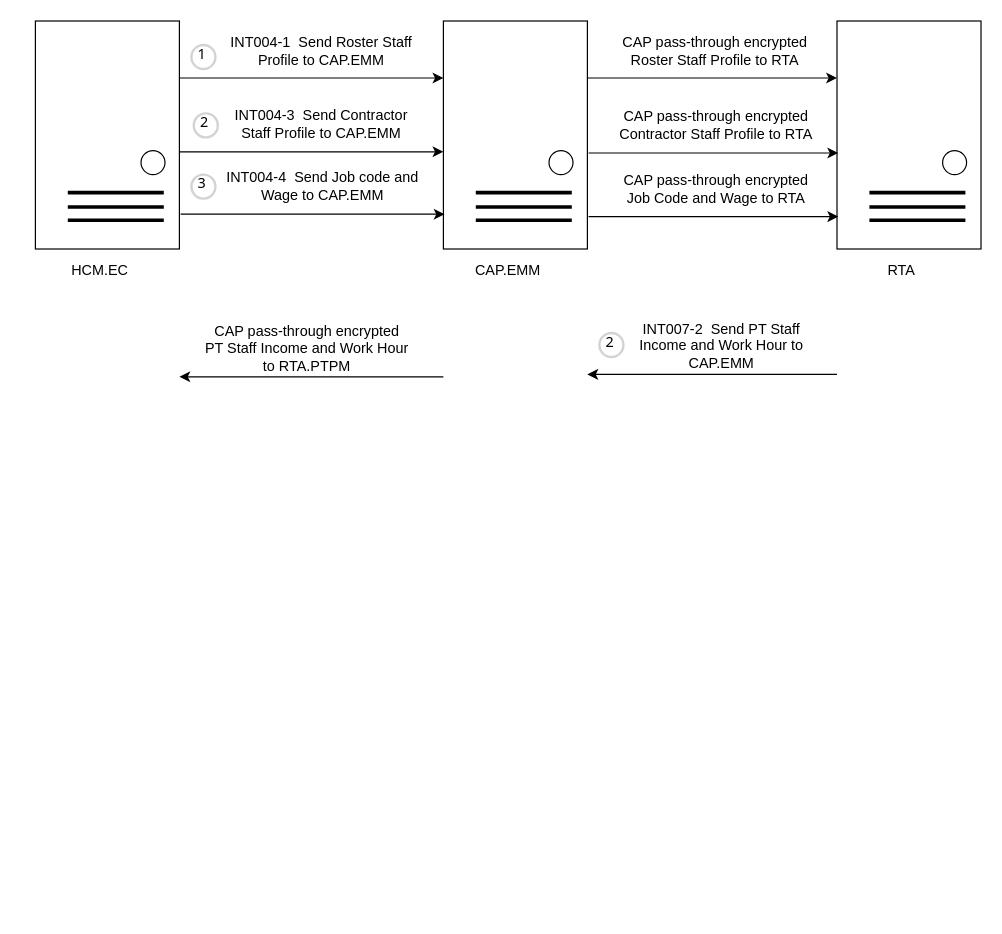
This is page "RTA" (16 of 16) of Untitled Diagram.drawio from wsxad234/flowchart, a draw.io file, before an edit. Source tidied: cells renumbered, new cells numbered last; positions are measured from the earlier drawing's top-left corner, leaving out a move shared by most shapes. Both pictures are drawn from the tidied source at 120%, with x=0, y=0 at pixel (35, 20).
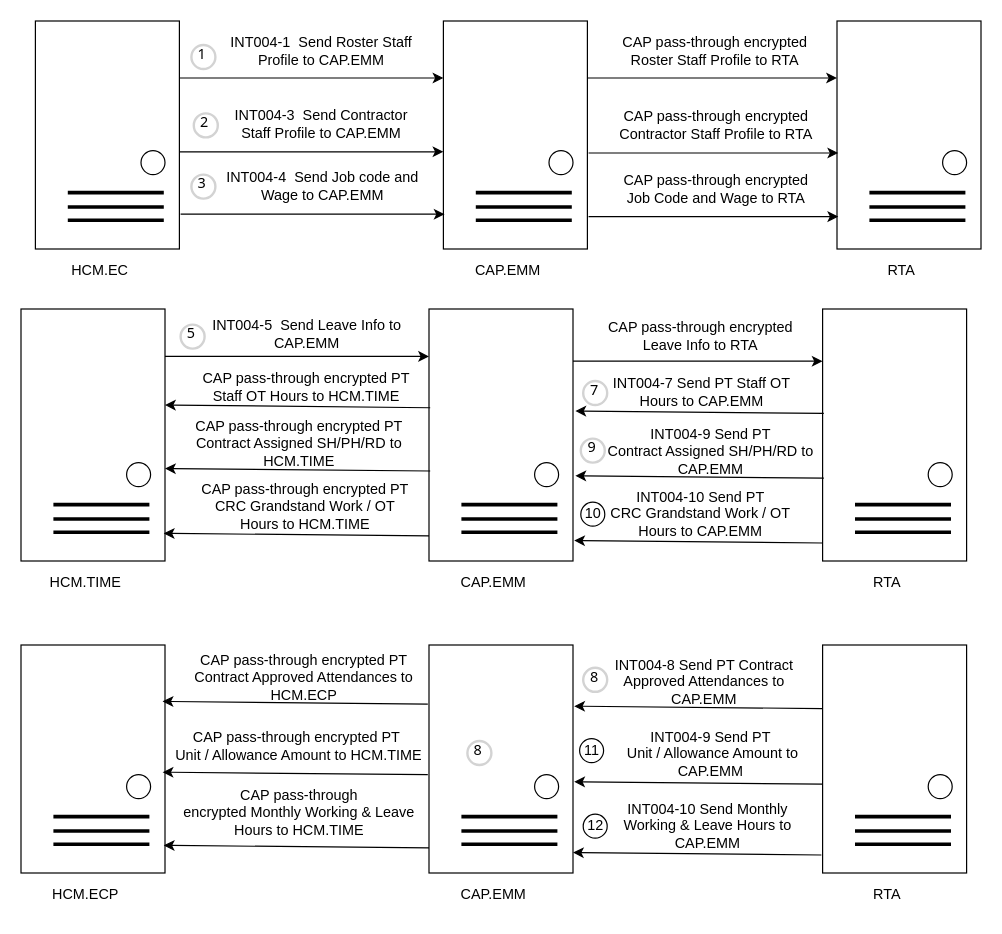
The same page after the edit.

The edit, as a diff of the source:
```diff
@@
-    <mxCell id="9" style="edgeStyle=orthogonalEdgeStyle;rounded=0;orthogonalLoop=1;jettySize=auto;html=1;exitX=0;exitY=0.75;exitDx=0;exitDy=0;entryX=1;entryY=0.75;entryDx=0;entryDy=0;" parent="1" edge="1">
-      <mxGeometry relative="1" as="geometry">
-        <mxPoint x="668" y="294.5" as="sourcePoint" />
-        <mxPoint x="460" y="294.5" as="targetPoint" />
-      </mxGeometry>
-    </mxCell>
@@
-    <mxCell id="18" style="edgeStyle=orthogonalEdgeStyle;rounded=0;orthogonalLoop=1;jettySize=auto;html=1;exitX=0;exitY=0.75;exitDx=0;exitDy=0;entryX=1;entryY=0.75;entryDx=0;entryDy=0;" parent="1" edge="1">
-      <mxGeometry relative="1" as="geometry">
-        <mxPoint x="340" y="296.5" as="sourcePoint" />
-        <mxPoint x="120" y="296.5" as="targetPoint" />
-      </mxGeometry>
-    </mxCell>
@@
-    <mxCell id="25" value="2" style="ellipse;whiteSpace=wrap;html=1;strokeWidth=2;fontFamily=Tahoma;spacingBottom=4;spacingRight=2;strokeColor=#d3d3d3;" parent="1" vertex="1">
-      <mxGeometry x="470" y="260" width="20" height="20" as="geometry" />
-    </mxCell>
@@
-    <mxCell id="28" value="CAP pass-through encrypted PT Staff Income and Work Hour to RTA.PTPM" style="text;html=1;strokeColor=none;fillColor=none;align=center;verticalAlign=middle;whiteSpace=wrap;rounded=0;" parent="1" vertex="1">
-      <mxGeometry x="140" y="253" width="173" height="40" as="geometry" />
-    </mxCell>
-    <mxCell id="29" value="INT007-2&amp;nbsp; Send&amp;nbsp;PT Staff Income and Work Hour to CAP.EMM" style="text;html=1;strokeColor=none;fillColor=none;align=center;verticalAlign=middle;whiteSpace=wrap;rounded=0;" parent="1" vertex="1">
-      <mxGeometry x="497" y="256" width="150" height="30" as="geometry" />
-    </mxCell>
@@
+    <mxCell id="40" style="edgeStyle=orthogonalEdgeStyle;rounded=0;orthogonalLoop=1;jettySize=auto;html=1;exitX=1;exitY=0.25;exitDx=0;exitDy=0;entryX=0;entryY=0.25;entryDx=0;entryDy=0;" parent="1" edge="1">
+      <mxGeometry relative="1" as="geometry">
+        <mxPoint x="108" y="279.5" as="sourcePoint" />
+        <mxPoint x="328" y="279.5" as="targetPoint" />
+      </mxGeometry>
+    </mxCell>
+    <mxCell id="41" style="rounded=0;whiteSpace=wrap;html=1;" parent="1" vertex="1">
+      <mxGeometry x="-12" y="240" width="120" height="210" as="geometry" />
+    </mxCell>
+    <mxCell id="42" style="ellipse;whiteSpace=wrap;html=1;direction=south;" parent="1" vertex="1">
+      <mxGeometry x="76" y="368" width="20" height="20" as="geometry" />
+    </mxCell>
+    <mxCell id="43" value="HCM.TIME" style="text;html=1;strokeColor=none;fillColor=none;align=center;verticalAlign=middle;whiteSpace=wrap;rounded=0;" parent="1" vertex="1">
+      <mxGeometry x="12" y="453" width="60" height="30" as="geometry" />
+    </mxCell>
+    <mxCell id="44" style="endArrow=none;html=1;rounded=0;align=center;strokeWidth=3;" parent="1" edge="1">
+      <mxGeometry relative="1" as="geometry">
+        <mxPoint x="15" y="403" as="sourcePoint" />
+        <mxPoint x="95" y="403" as="targetPoint" />
+      </mxGeometry>
+    </mxCell>
+    <mxCell id="45" style="endArrow=none;html=1;rounded=0;align=center;strokeWidth=3;" parent="1" edge="1">
+      <mxGeometry relative="1" as="geometry">
+        <mxPoint x="15" y="415" as="sourcePoint" />
+        <mxPoint x="95" y="415" as="targetPoint" />
+      </mxGeometry>
+    </mxCell>
+    <mxCell id="46" style="endArrow=none;html=1;rounded=0;align=center;strokeWidth=3;" parent="1" edge="1">
+      <mxGeometry relative="1" as="geometry">
+        <mxPoint x="15" y="426" as="sourcePoint" />
+        <mxPoint x="95" y="426" as="targetPoint" />
+      </mxGeometry>
+    </mxCell>
+    <mxCell id="47" style="rounded=0;whiteSpace=wrap;html=1;" parent="1" vertex="1">
+      <mxGeometry x="656" y="240" width="120" height="210" as="geometry" />
+    </mxCell>
+    <mxCell id="48" style="ellipse;whiteSpace=wrap;html=1;direction=south;" parent="1" vertex="1">
+      <mxGeometry x="744" y="368" width="20" height="20" as="geometry" />
+    </mxCell>
+    <mxCell id="49" value="RTA" style="text;html=1;strokeColor=none;fillColor=none;align=center;verticalAlign=middle;whiteSpace=wrap;rounded=0;" parent="1" vertex="1">
+      <mxGeometry x="680" y="453" width="60" height="30" as="geometry" />
+    </mxCell>
+    <mxCell id="50" style="endArrow=none;html=1;rounded=0;align=center;strokeWidth=3;" parent="1" edge="1">
+      <mxGeometry relative="1" as="geometry">
+        <mxPoint x="683" y="403" as="sourcePoint" />
+        <mxPoint x="763" y="403" as="targetPoint" />
+      </mxGeometry>
+    </mxCell>
+    <mxCell id="51" style="endArrow=none;html=1;rounded=0;align=center;strokeWidth=3;" parent="1" edge="1">
+      <mxGeometry relative="1" as="geometry">
+        <mxPoint x="683" y="415" as="sourcePoint" />
+        <mxPoint x="763" y="415" as="targetPoint" />
+      </mxGeometry>
+    </mxCell>
+    <mxCell id="52" style="endArrow=none;html=1;rounded=0;align=center;strokeWidth=3;" parent="1" edge="1">
+      <mxGeometry relative="1" as="geometry">
+        <mxPoint x="683" y="426" as="sourcePoint" />
+        <mxPoint x="763" y="426" as="targetPoint" />
+      </mxGeometry>
+    </mxCell>
+    <mxCell id="53" style="edgeStyle=orthogonalEdgeStyle;rounded=0;orthogonalLoop=1;jettySize=auto;html=1;exitX=1;exitY=0.25;exitDx=0;exitDy=0;entryX=0;entryY=0.25;entryDx=0;entryDy=0;" parent="1" edge="1">
+      <mxGeometry relative="1" as="geometry">
+        <mxPoint x="448" y="283.5" as="sourcePoint" />
+        <mxPoint x="656" y="283.5" as="targetPoint" />
+      </mxGeometry>
+    </mxCell>
+    <mxCell id="54" style="rounded=0;whiteSpace=wrap;html=1;" parent="1" vertex="1">
+      <mxGeometry x="328" y="240" width="120" height="210" as="geometry" />
+    </mxCell>
+    <mxCell id="55" style="ellipse;whiteSpace=wrap;html=1;direction=south;" parent="1" vertex="1">
+      <mxGeometry x="416" y="368" width="20" height="20" as="geometry" />
+    </mxCell>
+    <mxCell id="56" value="CAP.EMM" style="text;html=1;strokeColor=none;fillColor=none;align=center;verticalAlign=middle;whiteSpace=wrap;rounded=0;" parent="1" vertex="1">
+      <mxGeometry x="352" y="453" width="60" height="30" as="geometry" />
+    </mxCell>
+    <mxCell id="57" style="endArrow=none;html=1;rounded=0;align=center;strokeWidth=3;" parent="1" edge="1">
+      <mxGeometry relative="1" as="geometry">
+        <mxPoint x="355" y="403" as="sourcePoint" />
+        <mxPoint x="435" y="403" as="targetPoint" />
+      </mxGeometry>
+    </mxCell>
+    <mxCell id="58" style="endArrow=none;html=1;rounded=0;align=center;strokeWidth=3;" parent="1" edge="1">
+      <mxGeometry relative="1" as="geometry">
+        <mxPoint x="355" y="415" as="sourcePoint" />
+        <mxPoint x="435" y="415" as="targetPoint" />
+      </mxGeometry>
+    </mxCell>
+    <mxCell id="59" style="endArrow=none;html=1;rounded=0;align=center;strokeWidth=3;" parent="1" edge="1">
+      <mxGeometry relative="1" as="geometry">
+        <mxPoint x="355" y="426" as="sourcePoint" />
+        <mxPoint x="435" y="426" as="targetPoint" />
+      </mxGeometry>
+    </mxCell>
+    <mxCell id="60" value="INT004-5&amp;nbsp; Send Leave Info to CAP.EMM" style="text;html=1;strokeColor=none;fillColor=none;align=center;verticalAlign=middle;whiteSpace=wrap;rounded=0;" parent="1" vertex="1">
+      <mxGeometry x="140" y="241" width="173" height="40" as="geometry" />
+    </mxCell>
+    <mxCell id="61" value="CAP pass-through encrypted Leave Info to RTA" style="text;html=1;strokeColor=none;fillColor=none;align=center;verticalAlign=middle;whiteSpace=wrap;rounded=0;" parent="1" vertex="1">
+      <mxGeometry x="467.5" y="243" width="173" height="40" as="geometry" />
+    </mxCell>
+    <mxCell id="62" value="INT004-7 Send PT Staff OT Hours to CAP.EMM" style="text;html=1;strokeColor=none;fillColor=none;align=center;verticalAlign=middle;whiteSpace=wrap;rounded=0;" parent="1" vertex="1">
+      <mxGeometry x="468.5" y="289" width="173" height="40" as="geometry" />
+    </mxCell>
+    <mxCell id="63" value="CAP pass-through encrypted PT Staff OT Hours to HCM.TIME" style="text;html=1;strokeColor=none;fillColor=none;align=center;verticalAlign=middle;whiteSpace=wrap;rounded=0;" parent="1" vertex="1">
+      <mxGeometry x="132" y="285" width="188" height="40" as="geometry" />
+    </mxCell>
+    <mxCell id="64" style="endArrow=classic;html=1;rounded=0;exitX=0.008;exitY=0.438;exitDx=0;exitDy=0;exitPerimeter=0;" parent="1" edge="1">
+      <mxGeometry relative="1" as="geometry">
+        <mxPoint x="657" y="327" as="sourcePoint" />
+        <mxPoint x="450" y="325" as="targetPoint" />
+      </mxGeometry>
+    </mxCell>
+    <mxCell id="65" style="endArrow=classic;html=1;rounded=0;exitX=0.008;exitY=0.406;exitDx=0;exitDy=0;exitPerimeter=0;" parent="1" edge="1">
+      <mxGeometry relative="1" as="geometry">
+        <mxPoint x="329" y="322.3" as="sourcePoint" />
+        <mxPoint x="108" y="320" as="targetPoint" />
+      </mxGeometry>
+    </mxCell>
+    <mxCell id="66" value="5" style="ellipse;whiteSpace=wrap;html=1;strokeWidth=2;fontFamily=Tahoma;spacingBottom=4;spacingRight=2;strokeColor=#d3d3d3;" parent="1" vertex="1">
+      <mxGeometry x="121" y="253" width="20" height="20" as="geometry" />
+    </mxCell>
+    <mxCell id="67" value="7" style="ellipse;whiteSpace=wrap;html=1;strokeWidth=2;fontFamily=Tahoma;spacingBottom=4;spacingRight=2;strokeColor=#d3d3d3;" parent="1" vertex="1">
+      <mxGeometry x="456.5" y="300" width="20" height="20" as="geometry" />
+    </mxCell>
+    <mxCell id="68" value="INT004-9 Send&amp;nbsp;PT&lt;br/&gt;Contract Assigned SH/PH/RD&lt;span style=&quot;background-color: initial;&quot;&gt;&amp;nbsp;to CAP.EMM&lt;/span&gt;" style="text;html=1;strokeColor=none;fillColor=none;align=center;verticalAlign=middle;whiteSpace=wrap;rounded=0;" parent="1" vertex="1">
+      <mxGeometry x="471.5" y="339" width="181.5" height="40" as="geometry" />
+    </mxCell>
+    <mxCell id="69" value="CAP pass-through encrypted&amp;nbsp;PT&lt;br/&gt;Contract Assigned SH/PH/RD&lt;span style=&quot;background-color: initial;&quot;&gt;&amp;nbsp;to HCM.TIME&lt;/span&gt;" style="text;html=1;strokeColor=none;fillColor=none;align=center;verticalAlign=middle;whiteSpace=wrap;rounded=0;" parent="1" vertex="1">
+      <mxGeometry x="110" y="332" width="220" height="40" as="geometry" />
+    </mxCell>
+    <mxCell id="70" style="endArrow=classic;html=1;rounded=0;exitX=0.008;exitY=0.438;exitDx=0;exitDy=0;exitPerimeter=0;" parent="1" edge="1">
+      <mxGeometry relative="1" as="geometry">
+        <mxPoint x="657" y="381" as="sourcePoint" />
+        <mxPoint x="450" y="379" as="targetPoint" />
+      </mxGeometry>
+    </mxCell>
+    <mxCell id="71" style="endArrow=classic;html=1;rounded=0;exitX=0.008;exitY=0.406;exitDx=0;exitDy=0;exitPerimeter=0;" parent="1" edge="1">
+      <mxGeometry relative="1" as="geometry">
+        <mxPoint x="329" y="375" as="sourcePoint" />
+        <mxPoint x="108" y="373" as="targetPoint" />
+      </mxGeometry>
+    </mxCell>
+    <mxCell id="72" value="INT004-10 Send&amp;nbsp;PT&lt;br/&gt;CRC Grandstand Work / OT Hours&lt;span style=&quot;background-color: initial;&quot;&gt;&amp;nbsp;to CAP.EMM&lt;/span&gt;" style="text;html=1;strokeColor=none;fillColor=none;align=center;verticalAlign=middle;whiteSpace=wrap;rounded=0;" parent="1" vertex="1">
+      <mxGeometry x="467.5" y="391" width="173" height="40" as="geometry" />
+    </mxCell>
+    <mxCell id="73" value="CAP pass-through encrypted&amp;nbsp;PT&lt;br/&gt;CRC Grandstand Work / OT Hours&lt;span style=&quot;background-color: initial;&quot;&gt;&amp;nbsp;to HCM.TIME&lt;/span&gt;" style="text;html=1;strokeColor=none;fillColor=none;align=center;verticalAlign=middle;whiteSpace=wrap;rounded=0;" parent="1" vertex="1">
+      <mxGeometry x="131" y="385" width="188" height="40" as="geometry" />
+    </mxCell>
+    <mxCell id="74" style="endArrow=classic;html=1;rounded=0;exitX=0.008;exitY=0.438;exitDx=0;exitDy=0;exitPerimeter=0;" parent="1" edge="1">
+      <mxGeometry relative="1" as="geometry">
+        <mxPoint x="656" y="435" as="sourcePoint" />
+        <mxPoint x="449" y="433" as="targetPoint" />
+      </mxGeometry>
+    </mxCell>
+    <mxCell id="75" style="endArrow=classic;html=1;rounded=0;exitX=0.008;exitY=0.406;exitDx=0;exitDy=0;exitPerimeter=0;" parent="1" edge="1">
+      <mxGeometry relative="1" as="geometry">
+        <mxPoint x="328" y="429" as="sourcePoint" />
+        <mxPoint x="107" y="427" as="targetPoint" />
+      </mxGeometry>
+    </mxCell>
+    <mxCell id="76" value="9" style="ellipse;whiteSpace=wrap;html=1;strokeWidth=2;fontFamily=Tahoma;spacingBottom=4;spacingRight=2;strokeColor=#d3d3d3;" parent="1" vertex="1">
+      <mxGeometry x="454.5" y="348" width="20" height="20" as="geometry" />
+    </mxCell>
+    <mxCell id="77" value="10" style="ellipse;whiteSpace=wrap;html=1;" parent="1" vertex="1">
+      <mxGeometry x="454.5" y="401" width="20" height="20" as="geometry" />
+    </mxCell>
+    <mxCell id="78" style="rounded=0;whiteSpace=wrap;html=1;" parent="1" vertex="1">
+      <mxGeometry x="-12" y="520" width="120" height="190" as="geometry" />
+    </mxCell>
+    <mxCell id="79" style="ellipse;whiteSpace=wrap;html=1;direction=south;" parent="1" vertex="1">
+      <mxGeometry x="76" y="628" width="20" height="20" as="geometry" />
+    </mxCell>
+    <mxCell id="80" value="HCM.ECP" style="text;html=1;strokeColor=none;fillColor=none;align=center;verticalAlign=middle;whiteSpace=wrap;rounded=0;" parent="1" vertex="1">
+      <mxGeometry x="12" y="713" width="60" height="30" as="geometry" />
+    </mxCell>
+    <mxCell id="81" style="endArrow=none;html=1;rounded=0;align=center;strokeWidth=3;" parent="1" edge="1">
+      <mxGeometry relative="1" as="geometry">
+        <mxPoint x="15" y="663" as="sourcePoint" />
+        <mxPoint x="95" y="663" as="targetPoint" />
+      </mxGeometry>
+    </mxCell>
+    <mxCell id="82" style="endArrow=none;html=1;rounded=0;align=center;strokeWidth=3;" parent="1" edge="1">
+      <mxGeometry relative="1" as="geometry">
+        <mxPoint x="15" y="675" as="sourcePoint" />
+        <mxPoint x="95" y="675" as="targetPoint" />
+      </mxGeometry>
+    </mxCell>
+    <mxCell id="83" style="endArrow=none;html=1;rounded=0;align=center;strokeWidth=3;" parent="1" edge="1">
+      <mxGeometry relative="1" as="geometry">
+        <mxPoint x="15" y="686" as="sourcePoint" />
+        <mxPoint x="95" y="686" as="targetPoint" />
+      </mxGeometry>
+    </mxCell>
+    <mxCell id="84" style="rounded=0;whiteSpace=wrap;html=1;" parent="1" vertex="1">
+      <mxGeometry x="656" y="520" width="120" height="190" as="geometry" />
+    </mxCell>
+    <mxCell id="85" style="ellipse;whiteSpace=wrap;html=1;direction=south;" parent="1" vertex="1">
+      <mxGeometry x="744" y="628" width="20" height="20" as="geometry" />
+    </mxCell>
+    <mxCell id="86" value="RTA" style="text;html=1;strokeColor=none;fillColor=none;align=center;verticalAlign=middle;whiteSpace=wrap;rounded=0;" parent="1" vertex="1">
+      <mxGeometry x="680" y="713" width="60" height="30" as="geometry" />
+    </mxCell>
+    <mxCell id="87" style="endArrow=none;html=1;rounded=0;align=center;strokeWidth=3;" parent="1" edge="1">
+      <mxGeometry relative="1" as="geometry">
+        <mxPoint x="683" y="663" as="sourcePoint" />
+        <mxPoint x="763" y="663" as="targetPoint" />
+      </mxGeometry>
+    </mxCell>
+    <mxCell id="88" style="endArrow=none;html=1;rounded=0;align=center;strokeWidth=3;" parent="1" edge="1">
+      <mxGeometry relative="1" as="geometry">
+        <mxPoint x="683" y="675" as="sourcePoint" />
+        <mxPoint x="763" y="675" as="targetPoint" />
+      </mxGeometry>
+    </mxCell>
+    <mxCell id="89" style="endArrow=none;html=1;rounded=0;align=center;strokeWidth=3;" parent="1" edge="1">
+      <mxGeometry relative="1" as="geometry">
+        <mxPoint x="683" y="686" as="sourcePoint" />
+        <mxPoint x="763" y="686" as="targetPoint" />
+      </mxGeometry>
+    </mxCell>
+    <mxCell id="90" style="rounded=0;whiteSpace=wrap;html=1;" parent="1" vertex="1">
+      <mxGeometry x="328" y="520" width="120" height="190" as="geometry" />
+    </mxCell>
+    <mxCell id="91" style="ellipse;whiteSpace=wrap;html=1;direction=south;" parent="1" vertex="1">
+      <mxGeometry x="416" y="628" width="20" height="20" as="geometry" />
+    </mxCell>
+    <mxCell id="92" value="CAP.EMM" style="text;html=1;strokeColor=none;fillColor=none;align=center;verticalAlign=middle;whiteSpace=wrap;rounded=0;" parent="1" vertex="1">
+      <mxGeometry x="352" y="713" width="60" height="30" as="geometry" />
+    </mxCell>
+    <mxCell id="93" style="endArrow=none;html=1;rounded=0;align=center;strokeWidth=3;" parent="1" edge="1">
+      <mxGeometry relative="1" as="geometry">
+        <mxPoint x="355" y="663" as="sourcePoint" />
+        <mxPoint x="435" y="663" as="targetPoint" />
+      </mxGeometry>
+    </mxCell>
+    <mxCell id="94" style="endArrow=none;html=1;rounded=0;align=center;strokeWidth=3;" parent="1" edge="1">
+      <mxGeometry relative="1" as="geometry">
+        <mxPoint x="355" y="675" as="sourcePoint" />
+        <mxPoint x="435" y="675" as="targetPoint" />
+      </mxGeometry>
+    </mxCell>
+    <mxCell id="95" style="endArrow=none;html=1;rounded=0;align=center;strokeWidth=3;" parent="1" edge="1">
+      <mxGeometry relative="1" as="geometry">
+        <mxPoint x="355" y="686" as="sourcePoint" />
+        <mxPoint x="435" y="686" as="targetPoint" />
+      </mxGeometry>
+    </mxCell>
+    <mxCell id="96" value="8" style="ellipse;whiteSpace=wrap;html=1;strokeWidth=2;fontFamily=Tahoma;spacingBottom=4;spacingRight=2;strokeColor=#d3d3d3;" parent="1" vertex="1">
+      <mxGeometry x="360" y="600" width="20" height="20" as="geometry" />
+    </mxCell>
+    <mxCell id="97" style="endArrow=classic;html=1;rounded=0;exitX=0.008;exitY=0.438;exitDx=0;exitDy=0;exitPerimeter=0;" parent="1" edge="1">
+      <mxGeometry relative="1" as="geometry">
+        <mxPoint x="656" y="573" as="sourcePoint" />
+        <mxPoint x="449" y="571" as="targetPoint" />
+      </mxGeometry>
+    </mxCell>
+    <mxCell id="98" value="INT004-9 Send&amp;nbsp;PT&lt;br&gt;&amp;nbsp;Unit / Allowance Amount&lt;span style=&quot;background-color: initial;&quot;&gt;&amp;nbsp;to CAP.EMM&lt;/span&gt;" style="text;html=1;strokeColor=none;fillColor=none;align=center;verticalAlign=middle;whiteSpace=wrap;rounded=0;" parent="1" vertex="1">
+      <mxGeometry x="471.5" y="591" width="181.5" height="40" as="geometry" />
+    </mxCell>
+    <mxCell id="99" style="endArrow=classic;html=1;rounded=0;exitX=0.008;exitY=0.438;exitDx=0;exitDy=0;exitPerimeter=0;" parent="1" edge="1">
+      <mxGeometry relative="1" as="geometry">
+        <mxPoint x="656" y="636" as="sourcePoint" />
+        <mxPoint x="449" y="634" as="targetPoint" />
+      </mxGeometry>
+    </mxCell>
+    <mxCell id="100" value="&lt;p&gt;INT004-10 Send&amp;nbsp;Monthly Working &amp;amp; Leave Hours&amp;nbsp;to CAP.EMM&lt;/p&gt;" style="text;html=1;strokeColor=none;fillColor=none;align=center;verticalAlign=middle;whiteSpace=wrap;rounded=0;" parent="1" vertex="1">
+      <mxGeometry x="473.5" y="651" width="173" height="40" as="geometry" />
+    </mxCell>
+    <mxCell id="101" style="endArrow=classic;html=1;rounded=0;exitX=0.008;exitY=0.438;exitDx=0;exitDy=0;exitPerimeter=0;" parent="1" edge="1">
+      <mxGeometry relative="1" as="geometry">
+        <mxPoint x="655" y="695" as="sourcePoint" />
+        <mxPoint x="448" y="693" as="targetPoint" />
+      </mxGeometry>
+    </mxCell>
+    <mxCell id="102" value="12" style="ellipse;whiteSpace=wrap;html=1;" parent="1" vertex="1">
+      <mxGeometry x="456.5" y="661" width="20" height="20" as="geometry" />
+    </mxCell>
+    <mxCell id="103" value="CAP pass-through encrypted PT Contract Approved Attendances to HCM.ECP" style="text;html=1;strokeColor=none;fillColor=none;align=center;verticalAlign=middle;whiteSpace=wrap;rounded=0;" parent="1" vertex="1">
+      <mxGeometry x="130" y="527" width="188" height="40" as="geometry" />
+    </mxCell>
+    <mxCell id="104" style="endArrow=classic;html=1;rounded=0;exitX=0.008;exitY=0.406;exitDx=0;exitDy=0;exitPerimeter=0;" parent="1" edge="1">
+      <mxGeometry relative="1" as="geometry">
+        <mxPoint x="327" y="569.3" as="sourcePoint" />
+        <mxPoint x="106" y="567" as="targetPoint" />
+      </mxGeometry>
+    </mxCell>
+    <mxCell id="105" value="CAP pass-through encrypted&amp;nbsp;PT&lt;br&gt;&amp;nbsp;Unit / Allowance Amount&lt;span style=&quot;background-color: initial;&quot;&gt;&amp;nbsp;to HCM.TIME&lt;/span&gt;" style="text;html=1;strokeColor=none;fillColor=none;align=center;verticalAlign=middle;whiteSpace=wrap;rounded=0;" parent="1" vertex="1">
+      <mxGeometry x="108" y="584" width="220" height="40" as="geometry" />
+    </mxCell>
+    <mxCell id="106" style="endArrow=classic;html=1;rounded=0;exitX=0.008;exitY=0.406;exitDx=0;exitDy=0;exitPerimeter=0;" parent="1" edge="1">
+      <mxGeometry relative="1" as="geometry">
+        <mxPoint x="327" y="628" as="sourcePoint" />
+        <mxPoint x="106" y="626" as="targetPoint" />
+      </mxGeometry>
+    </mxCell>
+    <mxCell id="107" value="CAP pass-through encrypted&amp;nbsp;&lt;span style=&quot;background-color: initial;&quot;&gt;Monthly Working &amp;amp; Leave Hours&amp;nbsp;to HCM.TIME&lt;/span&gt;" style="text;html=1;strokeColor=none;fillColor=none;align=center;verticalAlign=middle;whiteSpace=wrap;rounded=0;" parent="1" vertex="1">
+      <mxGeometry x="120" y="640" width="200" height="40" as="geometry" />
+    </mxCell>
+    <mxCell id="108" style="endArrow=classic;html=1;rounded=0;exitX=0.008;exitY=0.406;exitDx=0;exitDy=0;exitPerimeter=0;" parent="1" edge="1">
+      <mxGeometry relative="1" as="geometry">
+        <mxPoint x="328" y="689" as="sourcePoint" />
+        <mxPoint x="107" y="687" as="targetPoint" />
+      </mxGeometry>
+    </mxCell>
+    <mxCell id="109" value="INT004-8 Send PT Contract Approved Attendances to CAP.EMM" style="text;html=1;strokeColor=none;fillColor=none;align=center;verticalAlign=middle;whiteSpace=wrap;rounded=0;" parent="1" vertex="1">
+      <mxGeometry x="470.5" y="531" width="173" height="40" as="geometry" />
+    </mxCell>
+    <mxCell id="110" value="8" style="ellipse;whiteSpace=wrap;html=1;strokeWidth=2;fontFamily=Tahoma;spacingBottom=4;spacingRight=2;strokeColor=#d3d3d3;" parent="1" vertex="1">
+      <mxGeometry x="456.5" y="539" width="20" height="20" as="geometry" />
+    </mxCell>
+    <mxCell id="111" value="11" style="ellipse;whiteSpace=wrap;html=1;" parent="1" vertex="1">
+      <mxGeometry x="453.5" y="598" width="20" height="20" as="geometry" />
+    </mxCell>
```
